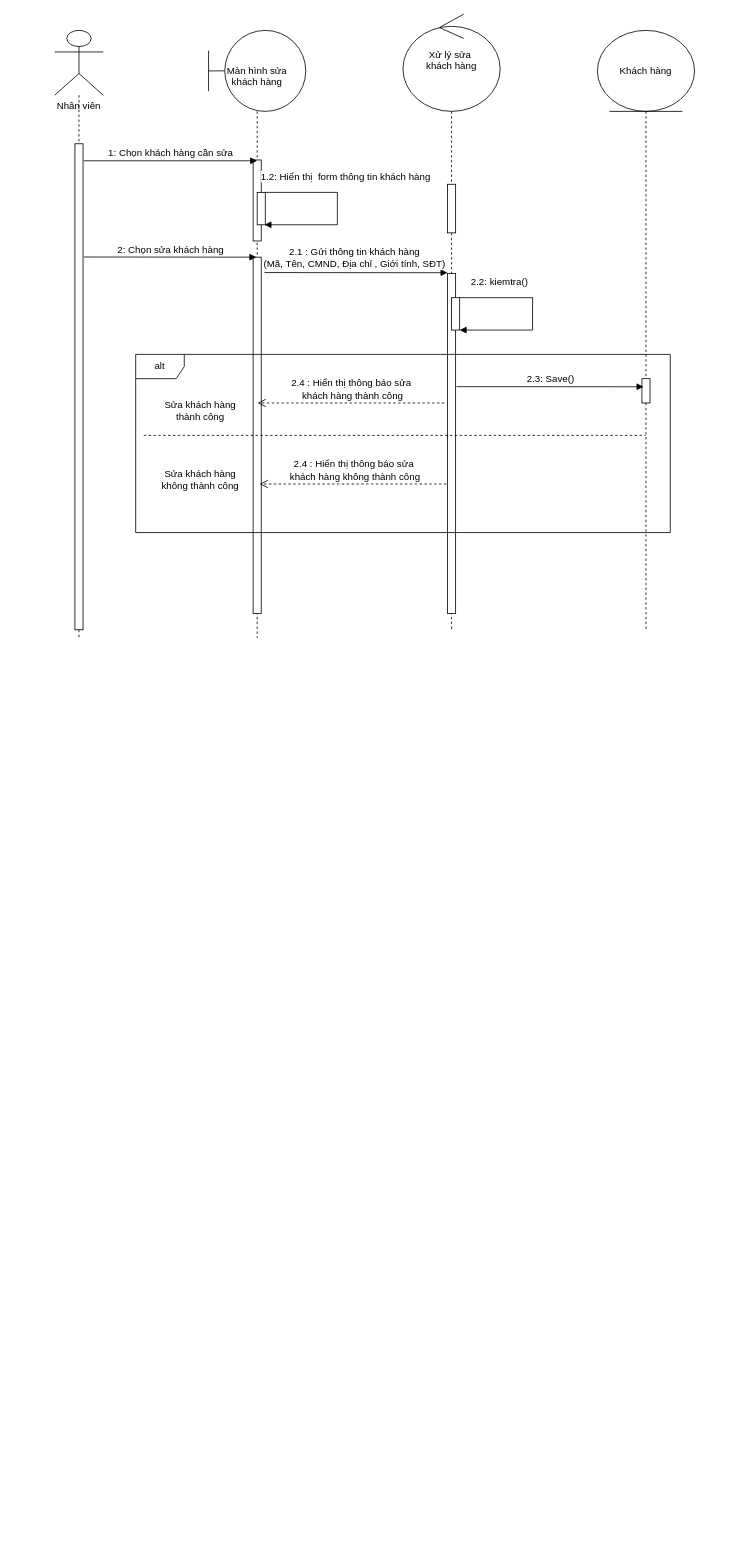
TikTzuki/tourism-application keeps this draw.io diagram as document/sequence/sq_ed_custormer.drawio. Above is the earlier version. Source tidied: cells renumbered, new cells numbered last; positions are measured from the earlier drawing's top-left corner, leaving out a move shared by most shapes. Both pictures are drawn from the tidied source at 81%, with x=0, y=0 at pixel (54, 14).
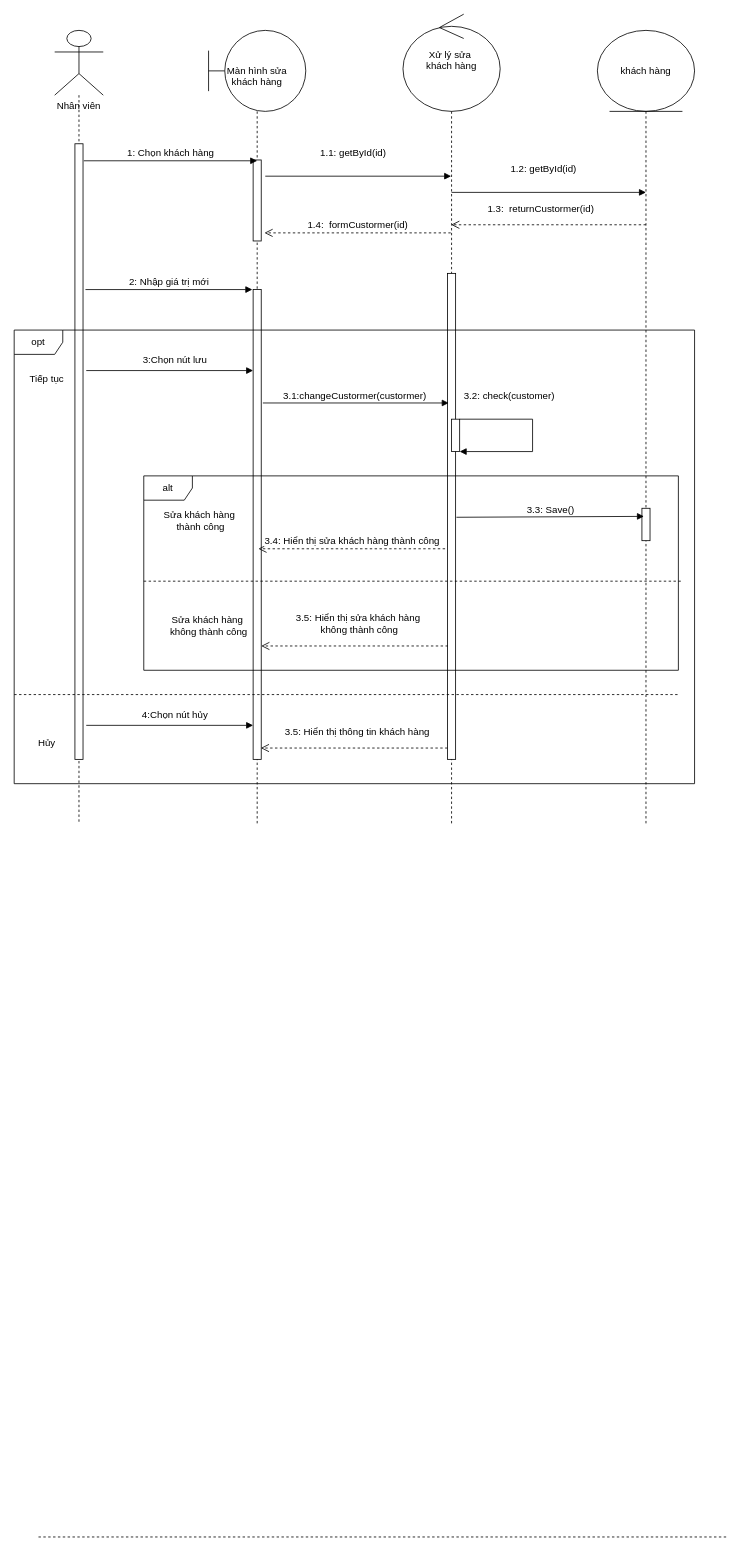
After the change.

The edit, as a diff of the source:
```diff
@@
-    <mxCell id="2" value="&lt;br&gt;&lt;br&gt;&lt;br&gt;Nhân viên" style="shape=umlLifeline;participant=umlActor;perimeter=lifelinePerimeter;whiteSpace=wrap;html=1;verticalAlign=top;spacingTop=36;size=80;" parent="1" vertex="1">
-      <mxGeometry y="20" width="60" height="750" as="geometry" />
+    <mxCell id="2" value="&lt;br style=&quot;font-size: 12px;&quot;&gt;&lt;br style=&quot;font-size: 12px;&quot;&gt;&lt;br style=&quot;font-size: 12px;&quot;&gt;Nhân viên" style="shape=umlLifeline;participant=umlActor;perimeter=lifelinePerimeter;whiteSpace=wrap;html=1;verticalAlign=top;spacingTop=36;size=80;fontSize=12;" parent="1" vertex="1">
+      <mxGeometry y="20" width="60" height="980" as="geometry" />
     </mxCell>
-    <mxCell id="3" style="html=1;points=[];perimeter=orthogonalPerimeter;" parent="2" vertex="1">
-      <mxGeometry x="25" y="140" width="10" height="600" as="geometry" />
+    <mxCell id="3" style="html=1;points=[];perimeter=orthogonalPerimeter;fontSize=12;" parent="2" vertex="1">
+      <mxGeometry x="25" y="140" width="10" height="760" as="geometry" />
     </mxCell>
-    <mxCell id="4" value="Màn hình sửa&lt;br&gt;khách hàng" style="shape=umlLifeline;participant=umlBoundary;perimeter=lifelinePerimeter;whiteSpace=wrap;html=1;verticalAlign=top;spacingTop=36;size=100;" parent="1" vertex="1">
-      <mxGeometry x="190" y="20" width="120" height="750" as="geometry" />
+    <mxCell id="4" value="Màn hình sửa&lt;br style=&quot;font-size: 12px&quot;&gt;khách hàng" style="shape=umlLifeline;participant=umlBoundary;perimeter=lifelinePerimeter;whiteSpace=wrap;html=1;verticalAlign=top;spacingTop=36;size=100;fontSize=12;" parent="1" vertex="1">
+      <mxGeometry x="190" y="20" width="120" height="980" as="geometry" />
     </mxCell>
-    <mxCell id="5" style="html=1;perimeter=orthogonalPerimeter;" parent="4" vertex="1">
+    <mxCell id="5" style="html=1;perimeter=orthogonalPerimeter;fontSize=12;" parent="4" vertex="1">
       <mxGeometry x="55" y="160" width="10" height="100" as="geometry" />
     </mxCell>
     <mxCell id="6" style="html=1;perimeter=orthogonalPerimeter;fontSize=12;" parent="4" vertex="1">
-      <mxGeometry x="55" y="280" width="10" height="440" as="geometry" />
+      <mxGeometry x="55" y="320" width="10" height="580" as="geometry" />
     </mxCell>
-    <mxCell id="7" value="Xử lý sửa&amp;nbsp;&lt;br&gt;khách hàng" style="shape=umlLifeline;participant=umlControl;perimeter=lifelinePerimeter;whiteSpace=wrap;html=1;verticalAlign=top;spacingTop=36;outlineConnect=0;size=120;" parent="1" vertex="1">
-      <mxGeometry x="430" width="120" height="760" as="geometry" />
+    <mxCell id="7" value="Xử lý sửa&amp;nbsp;&lt;br style=&quot;font-size: 12px&quot;&gt;khách hàng" style="shape=umlLifeline;participant=umlControl;perimeter=lifelinePerimeter;whiteSpace=wrap;html=1;verticalAlign=top;spacingTop=36;outlineConnect=0;size=120;fontSize=12;" parent="1" vertex="1">
+      <mxGeometry x="430" width="120" height="1000" as="geometry" />
     </mxCell>
-    <mxCell id="8" style="html=1;perimeter=orthogonalPerimeter;fontSize=12;" parent="7" vertex="1">
-      <mxGeometry x="55" y="210" width="10" height="60" as="geometry" />
-    </mxCell>
     <mxCell id="9" style="html=1;points=[];perimeter=orthogonalPerimeter;fontSize=12;" parent="7" vertex="1">
-      <mxGeometry x="55" y="320" width="10" height="420" as="geometry" />
+      <mxGeometry x="55" y="320" width="10" height="600" as="geometry" />
     </mxCell>
-    <mxCell id="10" value="Khách hàng" style="shape=umlLifeline;participant=umlEntity;perimeter=lifelinePerimeter;whiteSpace=wrap;html=1;verticalAlign=top;spacingTop=36;outlineConnect=0;size=100;" parent="1" vertex="1">
-      <mxGeometry x="670" y="20" width="120" height="740" as="geometry" />
+    <mxCell id="10" value="khách hàng" style="shape=umlLifeline;participant=umlEntity;perimeter=lifelinePerimeter;whiteSpace=wrap;html=1;verticalAlign=top;spacingTop=36;outlineConnect=0;size=100;fontSize=12;" parent="1" vertex="1">
+      <mxGeometry x="670" y="20" width="120" height="980" as="geometry" />
     </mxCell>
-    <mxCell id="11" style="html=1;points=[];perimeter=orthogonalPerimeter;fontSize=12;" parent="10" vertex="1">
-      <mxGeometry x="55" y="430" width="10" height="30" as="geometry" />
-    </mxCell>
+    <mxCell id="26" style="html=1;perimeter=orthogonalPerimeter;fontSize=12;" parent="10" vertex="1">
+      <mxGeometry x="55" y="590" width="10" height="40" as="geometry" />
+    </mxCell>
-    <mxCell id="12" value="1: Chọn khách hàng cần sửa" style="html=1;verticalAlign=bottom;endArrow=block;exitX=1.1;exitY=0.035;exitDx=0;exitDy=0;exitPerimeter=0;fontSize=12;" parent="1" edge="1" source="3">
+    <mxCell id="12" value="1: Chọn khách hàng" style="html=1;verticalAlign=bottom;endArrow=block;fontSize=12;" parent="1" edge="1">
       <mxGeometry relative="1" as="geometry">
+        <mxPoint x="36" y="181" as="sourcePoint" />
         <mxPoint x="250" y="181" as="targetPoint" />
       </mxGeometry>
     </mxCell>
-    <mxCell id="13" style="html=1;perimeter=orthogonalPerimeter;fontSize=12;" parent="1" vertex="1">
-      <mxGeometry x="250" y="220" width="10" height="40" as="geometry" />
-    </mxCell>
-    <mxCell id="14" value="1.2: Hiển thị&amp;nbsp; form thông tin khách hàng" style="html=1;verticalAlign=bottom;endArrow=block;fontSize=12;rounded=0;" parent="1" edge="1">
-      <mxGeometry x="-0.18" y="14" relative="1" as="geometry">
-        <mxPoint x="259" y="220" as="sourcePoint" />
-        <mxPoint x="259" y="260" as="targetPoint" />
-        <Array as="points">
-          <mxPoint x="349" y="220" />
-          <mxPoint x="349" y="260" />
-        </Array>
-        <mxPoint x="-4" y="-10" as="offset" />
-      </mxGeometry>
-    </mxCell>
-    <mxCell id="15" value="2: Chọn sửa khách hàng" style="html=1;verticalAlign=bottom;endArrow=block;fontSize=12;exitX=1.2;exitY=0.233;exitDx=0;exitDy=0;exitPerimeter=0;" parent="1" edge="1">
-      <mxGeometry relative="1" as="geometry">
-        <mxPoint x="36" y="299.8" as="sourcePoint" />
-        <mxPoint x="249" y="300" as="targetPoint" />
-      </mxGeometry>
-    </mxCell>
-    <mxCell id="16" value="2.1 : Gửi thông tin khách hàng &lt;br&gt;(Mã, Tên, CMND, Địa chỉ , Giới tính, SĐT)" style="html=1;verticalAlign=bottom;endArrow=block;fontSize=12;entryX=0.1;entryY=-0.002;entryDx=0;entryDy=0;entryPerimeter=0;" parent="1" edge="1">
-      <mxGeometry x="-0.02" y="1" relative="1" as="geometry">
-        <mxPoint x="259" y="319" as="sourcePoint" />
-        <mxPoint x="485" y="319.2" as="targetPoint" />
-      </mxGeometry>
-    </mxCell>
-    <mxCell id="17" style="html=1;perimeter=orthogonalPerimeter;fontSize=12;" parent="1" vertex="1">
-      <mxGeometry x="490" y="350" width="10" height="40" as="geometry" />
-    </mxCell>
-    <mxCell id="18" value="2.2: kiemtra()" style="html=1;verticalAlign=bottom;endArrow=block;fontSize=12;rounded=0;" parent="1" edge="1">
-      <mxGeometry x="-0.55" y="10" relative="1" as="geometry">
-        <mxPoint x="500" y="350" as="sourcePoint" />
-        <mxPoint x="500" y="390" as="targetPoint" />
-        <Array as="points">
-          <mxPoint x="590" y="350" />
-          <mxPoint x="590" y="390" />
-        </Array>
-      </mxGeometry>
-    </mxCell>
-    <mxCell id="19" value="2.3: Save()" style="html=1;verticalAlign=bottom;endArrow=block;fontSize=12;entryX=0.2;entryY=0.333;entryDx=0;entryDy=0;entryPerimeter=0;exitX=1.1;exitY=0.333;exitDx=0;exitDy=0;exitPerimeter=0;" parent="1" edge="1" source="9" target="11">
-      <mxGeometry relative="1" as="geometry" />
-    </mxCell>
-    <mxCell id="20" value="2.4 : Hiển thị thông báo sửa&lt;br&gt;&amp;nbsp;khách hàng thành công" style="html=1;verticalAlign=bottom;endArrow=open;dashed=1;endSize=8;fontSize=12;" parent="1" edge="1">
-      <mxGeometry relative="1" as="geometry">
-        <mxPoint x="481" y="480" as="sourcePoint" />
-        <mxPoint x="250.5" y="480" as="targetPoint" />
-      </mxGeometry>
-    </mxCell>
-    <mxCell id="21" style="endArrow=none;dashed=1;html=1;fontSize=12;" parent="1" edge="1" target="10">
-      <mxGeometry relative="1" as="geometry">
-        <mxPoint x="110" y="520" as="sourcePoint" />
-      </mxGeometry>
-    </mxCell>
-    <mxCell id="22" value="2.4 : Hiển thị thông báo sửa&lt;br&gt;&amp;nbsp;khách hàng không thành công" style="html=1;verticalAlign=bottom;endArrow=open;dashed=1;endSize=8;fontSize=12;" parent="1" edge="1">
-      <mxGeometry relative="1" as="geometry">
-        <mxPoint x="483.5" y="580" as="sourcePoint" />
-        <mxPoint x="253" y="580" as="targetPoint" />
-      </mxGeometry>
-    </mxCell>
-    <mxCell id="23" value="alt" style="shape=umlFrame;whiteSpace=wrap;html=1;fontSize=12;" parent="1" vertex="1">
-      <mxGeometry x="100" y="420" width="660" height="220" as="geometry" />
-    </mxCell>
+    <mxCell id="27" value="2: Nhập giá trị mới" style="html=1;verticalAlign=bottom;endArrow=block;fontSize=12;" parent="1" edge="1">
+      <mxGeometry relative="1" as="geometry">
+        <mxPoint x="38" y="340" as="sourcePoint" />
+        <mxPoint x="244" y="340" as="targetPoint" />
+      </mxGeometry>
+    </mxCell>
+    <mxCell id="28" value="3.1:changeCustormer(custormer)&amp;nbsp;" style="html=1;verticalAlign=bottom;endArrow=block;fontSize=12;" parent="1" edge="1">
+      <mxGeometry relative="1" as="geometry">
+        <mxPoint x="257" y="480" as="sourcePoint" />
+        <mxPoint x="486.5" y="480" as="targetPoint" />
+      </mxGeometry>
+    </mxCell>
+    <mxCell id="29" value="3:Chọn nút lưu&amp;nbsp;" style="html=1;verticalAlign=bottom;endArrow=block;fontSize=12;" parent="1" edge="1">
+      <mxGeometry x="0.08" y="5" relative="1" as="geometry">
+        <mxPoint x="39" y="440" as="sourcePoint" />
+        <mxPoint x="245" y="440" as="targetPoint" />
+        <mxPoint y="1" as="offset" />
+      </mxGeometry>
+    </mxCell>
+    <mxCell id="30" style="html=1;perimeter=orthogonalPerimeter;fontSize=12;" parent="1" vertex="1">
+      <mxGeometry x="490" y="500" width="10" height="40" as="geometry" />
+    </mxCell>
+    <mxCell id="31" value="3.2: check(customer)" style="html=1;verticalAlign=bottom;endArrow=block;fontSize=12;rounded=0;" parent="1" edge="1">
+      <mxGeometry x="-0.45" y="20" relative="1" as="geometry">
+        <mxPoint x="500" y="500" as="sourcePoint" />
+        <mxPoint x="500" y="540" as="targetPoint" />
+        <Array as="points">
+          <mxPoint x="590" y="500" />
+          <mxPoint x="590" y="540" />
+        </Array>
+      </mxGeometry>
+    </mxCell>
+    <mxCell id="32" value="3.3: Save()" style="html=1;verticalAlign=bottom;endArrow=block;fontSize=12;exitX=1.3;exitY=0.717;exitDx=0;exitDy=0;exitPerimeter=0;" parent="1" edge="1">
+      <mxGeometry relative="1" as="geometry">
+        <mxPoint x="496" y="621.1" as="sourcePoint" />
+        <mxPoint x="727.5" y="620" as="targetPoint" />
+      </mxGeometry>
+    </mxCell>
+    <mxCell id="33" value="3.4: Hiển thị sửa khách hàng thành công" style="html=1;verticalAlign=bottom;endArrow=open;dashed=1;endSize=8;fontSize=12;" parent="1" edge="1">
+      <mxGeometry relative="1" as="geometry">
+        <mxPoint x="482" y="660" as="sourcePoint" />
+        <mxPoint x="251.5" y="660" as="targetPoint" />
+      </mxGeometry>
+    </mxCell>
+    <mxCell id="34" value="3.5: Hiển thị sửa khách hàng&amp;nbsp;&lt;br&gt;không thành công" style="html=1;verticalAlign=bottom;endArrow=open;dashed=1;endSize=8;fontSize=12;" parent="1" edge="1">
+      <mxGeometry x="-0.04" y="-10" relative="1" as="geometry">
+        <mxPoint x="485.5" y="780" as="sourcePoint" />
+        <mxPoint x="255" y="780" as="targetPoint" />
+        <mxPoint x="1" as="offset" />
+      </mxGeometry>
+    </mxCell>
-    <mxCell id="24" value="Sửa khách hàng thành công" style="text;html=1;strokeColor=none;fillColor=none;align=center;verticalAlign=middle;whiteSpace=wrap;rounded=0;fontSize=12;" parent="1" vertex="1">
-      <mxGeometry x="130" y="480" width="100" height="20" as="geometry" />
+    <mxCell id="24" value="Sửa khách hàng&amp;nbsp;&lt;br&gt;thành công" style="text;html=1;align=center;verticalAlign=middle;fontSize=12;" parent="1" vertex="1">
+      <mxGeometry x="125" y="610" width="110" height="30" as="geometry" />
     </mxCell>
-    <mxCell id="25" value="Sửa khách hàng không thành công" style="text;html=1;strokeColor=none;fillColor=none;align=center;verticalAlign=middle;whiteSpace=wrap;rounded=0;fontSize=12;" parent="1" vertex="1">
-      <mxGeometry x="130" y="560" width="100" height="30" as="geometry" />
+    <mxCell id="25" value="Sửa khách hàng&amp;nbsp;&lt;br&gt;không thành công" style="text;html=1;align=center;verticalAlign=middle;fontSize=12;" parent="1" vertex="1">
+      <mxGeometry x="135" y="740" width="110" height="30" as="geometry" />
     </mxCell>
+    <mxCell id="35" value="4:Chọn nút hủy&amp;nbsp;" style="html=1;verticalAlign=bottom;endArrow=block;fontSize=12;" parent="1" edge="1">
+      <mxGeometry x="0.08" y="5" relative="1" as="geometry">
+        <mxPoint x="39" y="878" as="sourcePoint" />
+        <mxPoint x="245" y="878" as="targetPoint" />
+        <mxPoint y="1" as="offset" />
+      </mxGeometry>
+    </mxCell>
+    <mxCell id="36" value="3.5: Hiển thị thông tin khách hàng&amp;nbsp;" style="html=1;verticalAlign=bottom;endArrow=open;dashed=1;endSize=8;fontSize=12;" parent="1" edge="1">
+      <mxGeometry x="-0.04" y="-10" relative="1" as="geometry">
+        <mxPoint x="485" y="906" as="sourcePoint" />
+        <mxPoint x="254.5" y="906" as="targetPoint" />
+        <mxPoint x="1" as="offset" />
+      </mxGeometry>
+    </mxCell>
+    <mxCell id="37" value="opt" style="shape=umlFrame;whiteSpace=wrap;html=1;fontSize=12;" parent="1" vertex="1">
+      <mxGeometry x="-50" y="390" width="840" height="560" as="geometry" />
+    </mxCell>
+    <mxCell id="38" style="endArrow=none;dashed=1;html=1;fontSize=12;" parent="1" edge="1">
+      <mxGeometry relative="1" as="geometry">
+        <mxPoint x="-20" y="1880" as="sourcePoint" />
+        <mxPoint x="830" y="1880" as="targetPoint" />
+      </mxGeometry>
+    </mxCell>
+    <mxCell id="39" value="Tiếp tục" style="text;html=1;align=center;verticalAlign=middle;fontSize=12;" parent="1" vertex="1">
+      <mxGeometry x="-40" y="440" width="60" height="20" as="geometry" />
+    </mxCell>
+    <mxCell id="40" value="Hủy" style="text;html=1;align=center;verticalAlign=middle;fontSize=12;" parent="1" vertex="1">
+      <mxGeometry x="-30" y="890" width="40" height="20" as="geometry" />
+    </mxCell>
+    <mxCell id="23" value="alt" style="shape=umlFrame;whiteSpace=wrap;html=1;fontSize=12;" parent="1" vertex="1">
+      <mxGeometry x="110" y="570" width="660" height="240" as="geometry" />
+    </mxCell>
+    <mxCell id="41" style="endArrow=none;dashed=1;html=1;" parent="1" edge="1">
+      <mxGeometry relative="1" as="geometry">
+        <mxPoint x="-50" y="840" as="sourcePoint" />
+        <mxPoint x="770" y="840" as="targetPoint" />
+      </mxGeometry>
+    </mxCell>
+    <mxCell id="42" value="1.1: getById(id)&amp;nbsp;" style="html=1;verticalAlign=bottom;endArrow=block;fontSize=12;" parent="1" edge="1" target="7">
+      <mxGeometry x="-0.04" y="20" relative="1" as="geometry">
+        <mxPoint x="260" y="200" as="sourcePoint" />
+      </mxGeometry>
+    </mxCell>
+    <mxCell id="43" value="1.2: getById(id)&amp;nbsp;" style="html=1;verticalAlign=bottom;endArrow=block;fontSize=12;" parent="1" edge="1">
+      <mxGeometry x="-0.04" y="20" relative="1" as="geometry">
+        <mxPoint x="490" y="220" as="sourcePoint" />
+        <mxPoint x="730" y="220" as="targetPoint" />
+      </mxGeometry>
+    </mxCell>
+    <mxCell id="44" value="&lt;font style=&quot;font-size: 12px&quot;&gt;1.3:&amp;nbsp; returnCustormer(id)&lt;/font&gt;" style="html=1;verticalAlign=bottom;endArrow=open;dashed=1;endSize=8;" parent="1" edge="1" target="7">
+      <mxGeometry x="0.08" y="-10" relative="1" as="geometry">
+        <mxPoint x="730" y="260" as="sourcePoint" />
+      </mxGeometry>
+    </mxCell>
+    <mxCell id="45" value="1.4:&amp;nbsp; formCustormer(id)" style="html=1;verticalAlign=bottom;endArrow=open;dashed=1;endSize=8;fontSize=12;" parent="1" edge="1">
+      <mxGeometry relative="1" as="geometry">
+        <mxPoint x="489" y="270" as="sourcePoint" />
+        <mxPoint x="259" y="270" as="targetPoint" />
+      </mxGeometry>
+    </mxCell>
+    <mxCell id="46" style="endArrow=none;dashed=1;html=1;" parent="1" edge="1">
+      <mxGeometry relative="1" as="geometry">
+        <mxPoint x="110" y="700" as="sourcePoint" />
+        <mxPoint x="775" y="700" as="targetPoint" />
+      </mxGeometry>
+    </mxCell>
```
